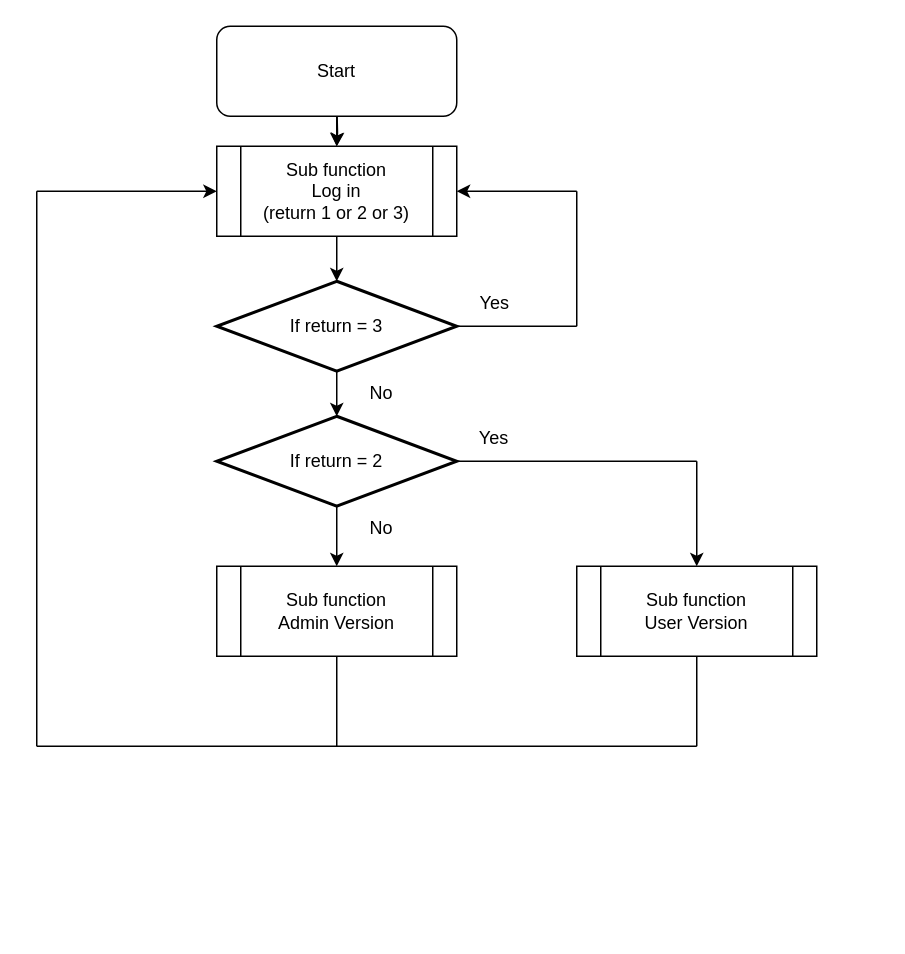
Earlier version of the draw.io diagram page "main" (1 of 4) of Untitled Diagram.drawio (Mydiman/SBA_6C_03). Source tidied: cells renumbered, new cells numbered last; positions are measured from the earlier drawing's top-left corner, leaving out a move shared by most shapes. Both pictures are drawn from the tidied source at 150%, with x=0, y=0 at pixel (36, 26).
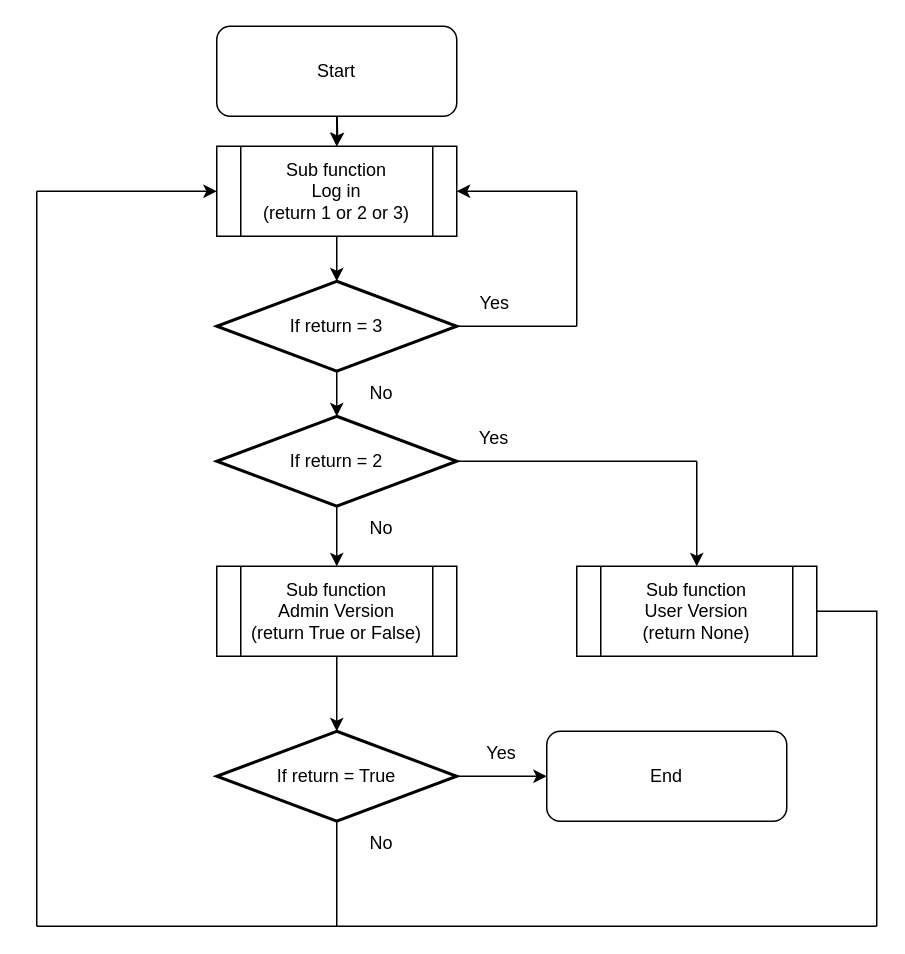
After the change.

What changed in the source:
```diff
@@
-    <mxCell id="17" value="Sub function&lt;br&gt;Admin Version" style="shape=process;whiteSpace=wrap;html=1;backgroundOutline=1;rounded=0;labelBackgroundColor=none;" parent="1" vertex="1">
+    <mxCell id="17" value="Sub function&lt;br&gt;Admin Version&lt;br&gt;(return True or False)" style="shape=process;whiteSpace=wrap;html=1;backgroundOutline=1;rounded=0;labelBackgroundColor=none;" parent="1" vertex="1">
       <mxGeometry x="120" y="360" width="160" height="60" as="geometry" />
     </mxCell>
-    <mxCell id="18" value="Sub function&lt;br&gt;User Version" style="shape=process;whiteSpace=wrap;html=1;backgroundOutline=1;rounded=0;labelBackgroundColor=none;" parent="1" vertex="1">
+    <mxCell id="18" value="Sub function&lt;br&gt;User Version&lt;br&gt;(return None)" style="shape=process;whiteSpace=wrap;html=1;backgroundOutline=1;rounded=0;labelBackgroundColor=none;" parent="1" vertex="1">
       <mxGeometry x="360" y="360" width="160" height="60" as="geometry" />
     </mxCell>
-    <mxCell id="19" style="endArrow=none;html=1;rounded=0;entryX=0.5;entryY=1;entryDx=0;entryDy=0;" parent="1" edge="1" target="17">
+    <mxCell id="19" style="endArrow=none;html=1;rounded=0;entryX=0.5;entryY=1;entryDx=0;entryDy=0;" parent="1" edge="1">
       <mxGeometry relative="1" as="geometry">
-        <mxPoint x="200" y="480" as="sourcePoint" />
+        <mxPoint x="200" y="600" as="sourcePoint" />
+        <mxPoint x="200" y="530" as="targetPoint" />
       </mxGeometry>
     </mxCell>
-    <mxCell id="20" style="endArrow=none;html=1;rounded=0;" parent="1" edge="1">
+    <mxCell id="20" style="endArrow=none;html=1;rounded=0;entryX=1;entryY=0.5;entryDx=0;entryDy=0;" parent="1" edge="1" target="18">
       <mxGeometry relative="1" as="geometry">
-        <mxPoint x="440" y="480" as="sourcePoint" />
-        <mxPoint x="440" y="420" as="targetPoint" />
+        <mxPoint x="560" y="600" as="sourcePoint" />
+        <Array as="points">
+          <mxPoint x="560" y="390" />
+        </Array>
       </mxGeometry>
     </mxCell>
     <mxCell id="21" style="endArrow=none;html=1;rounded=0;" parent="1" edge="1">
       <mxGeometry relative="1" as="geometry">
-        <mxPoint y="480" as="sourcePoint" />
-        <mxPoint x="440" y="480" as="targetPoint" />
+        <mxPoint y="600" as="sourcePoint" />
+        <mxPoint x="560" y="600" as="targetPoint" />
       </mxGeometry>
     </mxCell>
     <mxCell id="22" style="endArrow=none;html=1;rounded=0;" parent="1" edge="1">
       <mxGeometry relative="1" as="geometry">
-        <mxPoint y="480" as="sourcePoint" />
+        <mxPoint y="600" as="sourcePoint" />
         <mxPoint y="110" as="targetPoint" />
       </mxGeometry>
     </mxCell>
@@
+    <mxCell id="27" style="edgeStyle=orthogonalEdgeStyle;rounded=0;jettySize=auto;html=1;" parent="1" edge="1" source="28" target="29">
+      <mxGeometry relative="1" as="geometry" />
+    </mxCell>
+    <mxCell id="28" value="If return = True" style="strokeWidth=2;html=1;shape=mxgraph.flowchart.decision;whiteSpace=wrap;" parent="1" vertex="1">
+      <mxGeometry x="120" y="470" width="160" height="60" as="geometry" />
+    </mxCell>
+    <mxCell id="29" value="End" style="rounded=1;whiteSpace=wrap;html=1;" parent="1" vertex="1">
+      <mxGeometry x="340" y="470" width="160" height="60" as="geometry" />
+    </mxCell>
+    <mxCell id="30" value="Yes" style="text;html=1;strokeColor=none;fillColor=none;align=center;verticalAlign=middle;whiteSpace=wrap;rounded=0;" parent="1" vertex="1">
+      <mxGeometry x="280" y="470" width="60" height="30" as="geometry" />
+    </mxCell>
+    <mxCell id="31" style="endArrow=classic;html=1;rounded=0;exitX=0.5;exitY=1;exitDx=0;exitDy=0;entryX=0.5;entryY=0;entryDx=0;entryDy=0;entryPerimeter=0;" parent="1" edge="1" source="17" target="28">
+      <mxGeometry relative="1" as="geometry" />
+    </mxCell>
+    <mxCell id="32" value="No" style="text;html=1;strokeColor=none;fillColor=none;align=center;verticalAlign=middle;whiteSpace=wrap;rounded=0;" parent="1" vertex="1">
+      <mxGeometry x="200" y="530" width="60" height="30" as="geometry" />
+    </mxCell>
```
